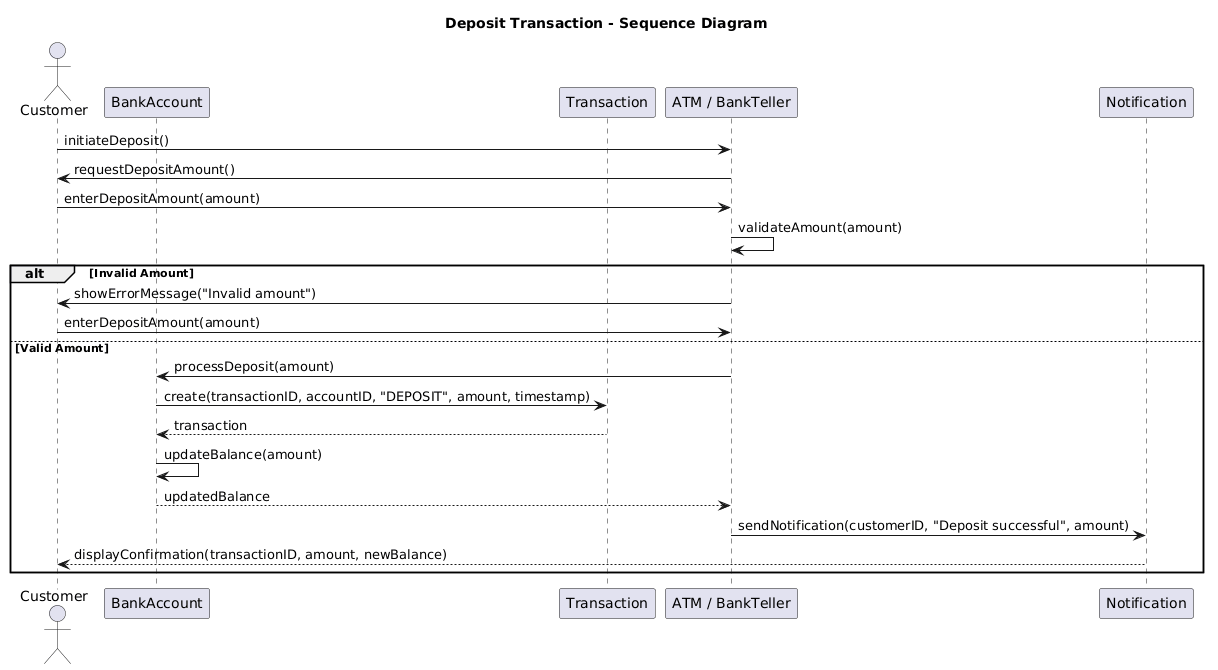
Above: Diagrams/Sequence Diagrams/BS_TM_01.png in erindkotobelli12/BankManagementSystem (PlantUML), before the change. The source it was exported from:
```plantuml
@startuml
title Deposit Transaction - Sequence Diagram

actor Customer
participant "BankAccount" as BA
participant "Transaction" as T
participant "ATM / BankTeller" as Channel
participant "Notification" as N

Customer -> Channel : initiateDeposit()
Channel -> Customer : requestDepositAmount()
Customer -> Channel : enterDepositAmount(amount)

Channel -> Channel : validateAmount(amount)

alt Invalid Amount
    Channel -> Customer : showErrorMessage("Invalid amount")
    Customer -> Channel : enterDepositAmount(amount)
else Valid Amount
    Channel -> BA : processDeposit(amount)
    BA -> T : create(transactionID, accountID, "DEPOSIT", amount, timestamp)
    T --> BA : transaction
    BA -> BA : updateBalance(amount)
    BA --> Channel : updatedBalance
    Channel -> N : sendNotification(customerID, "Deposit successful", amount)
    N --> Customer : displayConfirmation(transactionID, amount, newBalance)
end
@enduml
```
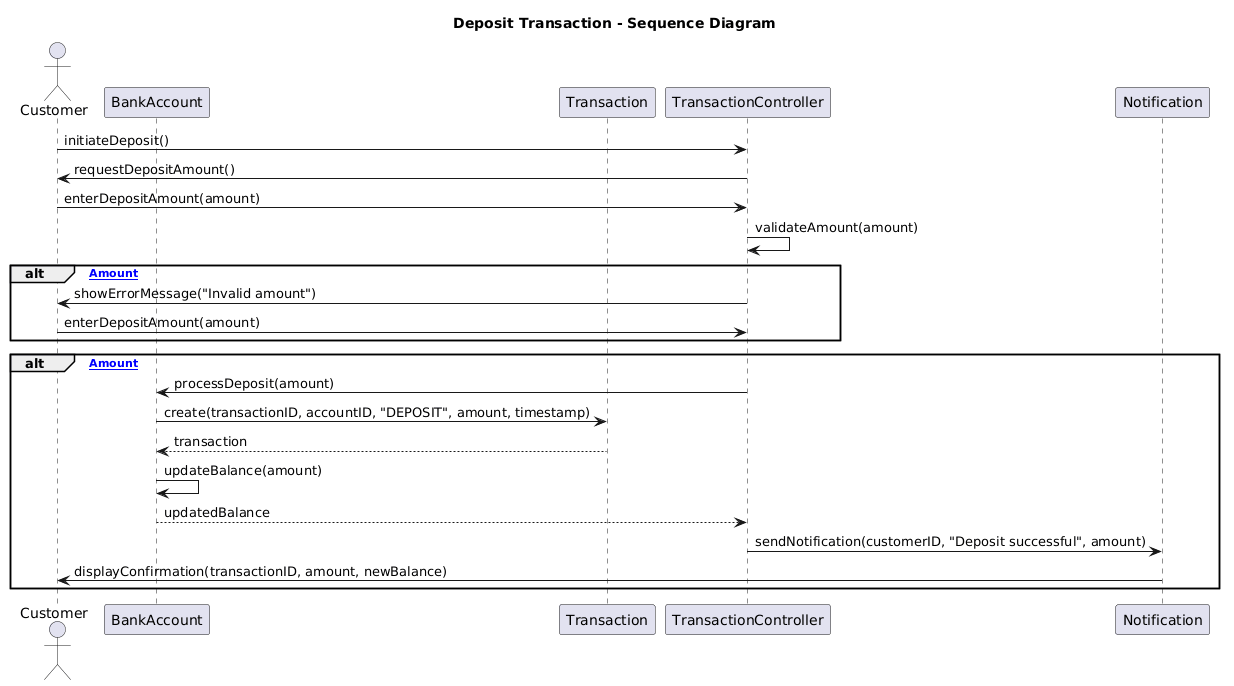
Above is the later version.

Diff of the diagram source:
```diff
@@ -4,25 +4,26 @@
 actor Customer
 participant "BankAccount" as BA
 participant "Transaction" as T
-participant "ATM / BankTeller" as Channel
+participant "TransactionController" as TC
 participant "Notification" as N
 
-Customer -> Channel : initiateDeposit()
-Channel -> Customer : requestDepositAmount()
-Customer -> Channel : enterDepositAmount(amount)
+Customer -> TC : initiateDeposit()
+TC -> Customer : requestDepositAmount()
+Customer -> TC : enterDepositAmount(amount)
+TC -> TC : validateAmount(amount)
 
-Channel -> Channel : validateAmount(amount)
+alt [Invalid Amount]
+    TC -> Customer : showErrorMessage("Invalid amount")
+    Customer -> TC : enterDepositAmount(amount)
+end
 
-alt Invalid Amount
-    Channel -> Customer : showErrorMessage("Invalid amount")
-    Customer -> Channel : enterDepositAmount(amount)
-else Valid Amount
-    Channel -> BA : processDeposit(amount)
+alt [Valid Amount]
+    TC -> BA : processDeposit(amount)
     BA -> T : create(transactionID, accountID, "DEPOSIT", amount, timestamp)
     T --> BA : transaction
     BA -> BA : updateBalance(amount)
-    BA --> Channel : updatedBalance
-    Channel -> N : sendNotification(customerID, "Deposit successful", amount)
-    N --> Customer : displayConfirmation(transactionID, amount, newBalance)
+    BA --> TC : updatedBalance
+    TC -> N : sendNotification(customerID, "Deposit successful", amount)
+    N -> Customer : displayConfirmation(transactionID, amount, newBalance)
 end
 @enduml
```
